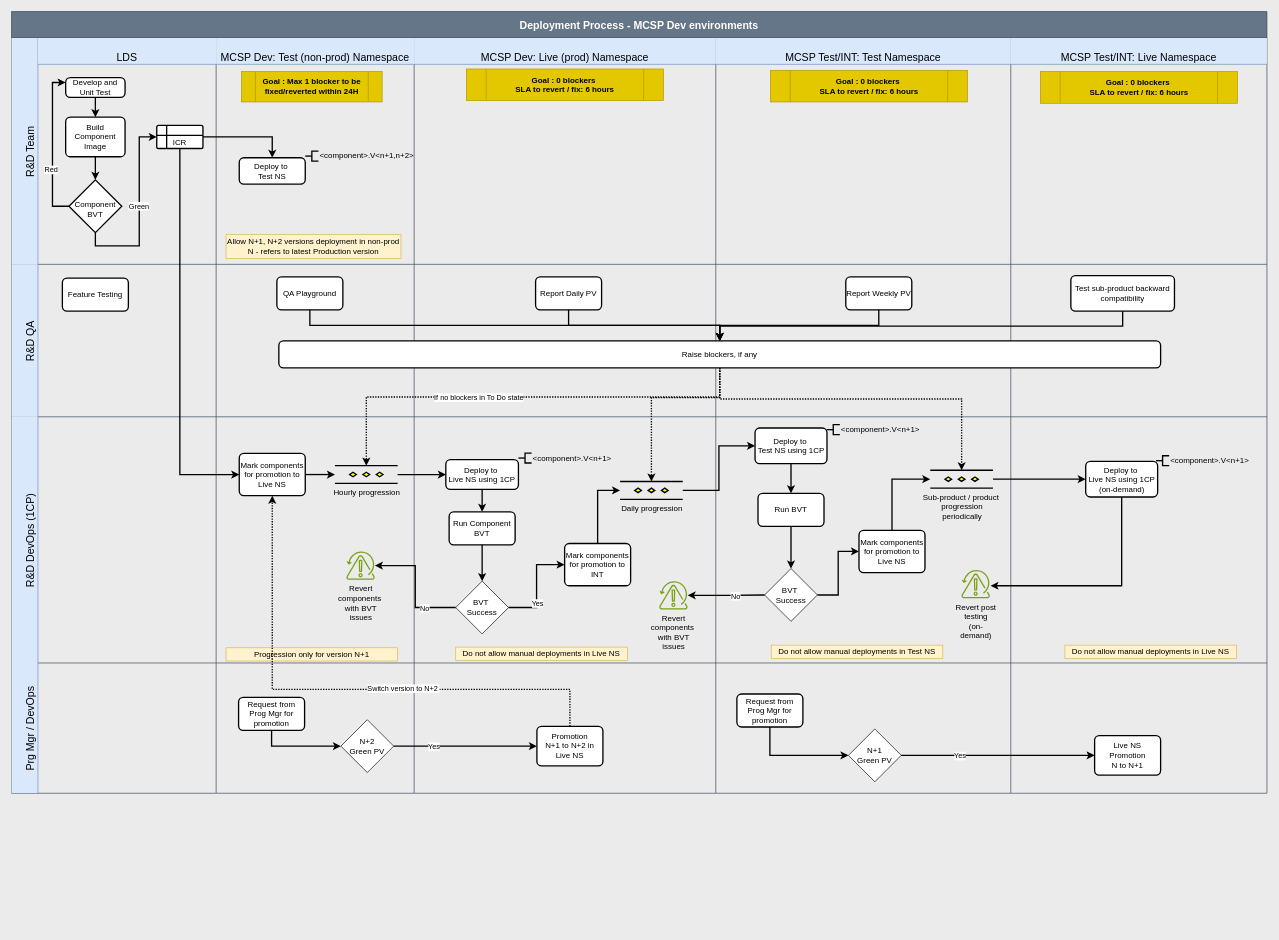
Above: page "Dev Env" (1 of 2) of Release process.drawio in prasad-gsk-IBM/myibmrepo-prasad (draw.io), before the change. Source tidied: cells renumbered, new cells numbered last; positions are measured from the earlier drawing's top-left corner, leaving out a move shared by most shapes. Both pictures are drawn from the tidied source at 66%, with x=0, y=0 at pixel (11, 11).
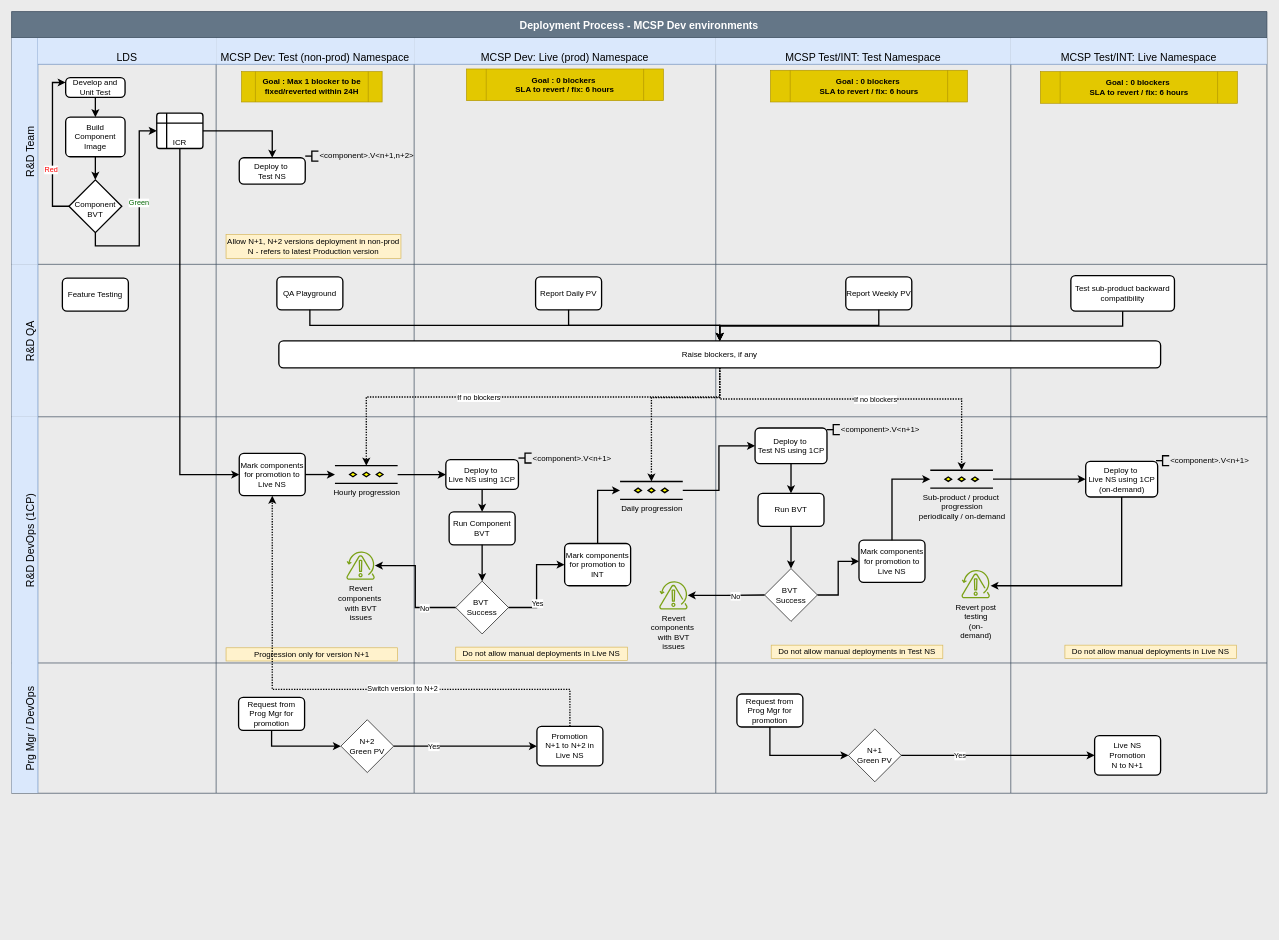
The same page after the edit.

The change refers to these unchanged cells:
```xml
<mxCell id="3" value="R&amp;D Team" style="shape=tableRow;horizontal=0;swimlaneHead=0;swimlaneBody=0;top=0;left=0;strokeColor=#6c8ebf;bottom=0;right=0;fontStyle=0;fillColor=#dae8fc;startSize=40;fontSize=16;flipV=0;flipH=0;verticalAlign=bottom;" parent="2" vertex="1">
  <mxGeometry y="40" width="1902.1" height="343" as="geometry" />
</mxCell>
<mxCell id="4" value="LDS" style="swimlane;swimlaneHead=0;swimlaneBody=0;fontStyle=0;strokeColor=#6c8ebf;fillColor=#dae8fc;startSize=40;fontSize=16;verticalAlign=bottom;" parent="3" vertex="1">
  <mxGeometry x="40" width="270" height="343" as="geometry" />
</mxCell>
<mxCell id="7" style="edgeStyle=orthogonalEdgeStyle;rounded=0;jettySize=auto;html=1;exitX=0.5;exitY=1;exitDx=0;exitDy=0;entryX=0;entryY=0.5;entryDx=0;entryDy=0;strokeWidth=2;" parent="4" edge="1" source="14" target="11">
  <mxGeometry relative="1" as="geometry" />
</mxCell>
<mxCell id="12" style="edgeStyle=orthogonalEdgeStyle;rounded=0;jettySize=auto;html=1;exitX=0;exitY=0.5;exitDx=0;exitDy=0;entryX=0;entryY=0.25;entryDx=0;entryDy=0;strokeWidth=2;" parent="4" edge="1" source="14" target="6">
  <mxGeometry relative="1" as="geometry" />
</mxCell>
<mxCell id="68" style="swimlane;swimlaneHead=0;swimlaneBody=0;fontStyle=0;strokeColor=#6c8ebf;fillColor=#dae8fc;startSize=0;fontSize=16;verticalAlign=bottom;" parent="43" vertex="1">
  <mxGeometry x="1067" width="447" height="373" as="geometry" />
</mxCell>
<mxCell id="114" style="edgeStyle=orthogonalEdgeStyle;rounded=0;jettySize=auto;html=1;exitX=0.5;exitY=1;exitDx=0;exitDy=0;entryX=0.5;entryY=0;entryDx=0;entryDy=0;strokeWidth=2;dashed=1;dashPattern=1 1;entryPerimeter=0;" parent="2" edge="1" source="37" target="48">
  <mxGeometry relative="1" as="geometry">
    <Array as="points">
      <mxPoint x="1073" y="584" />
      <mxPoint x="537" y="584" />
    </Array>
  </mxGeometry>
</mxCell>
<mxCell id="119" style="edgeStyle=orthogonalEdgeStyle;rounded=0;jettySize=auto;html=1;strokeWidth=2;dashed=1;dashPattern=1 1;exitX=0.5;exitY=1;exitDx=0;exitDy=0;entryX=0.5;entryY=0;entryDx=0;entryDy=0;entryPerimeter=0;" parent="2" edge="1" source="37" target="83">
  <mxGeometry relative="1" as="geometry">
    <Array as="points">
      <mxPoint x="1073" y="587" />
      <mxPoint x="1439" y="587" />
    </Array>
  </mxGeometry>
</mxCell>
```

Change to the diagram source:
```diff
@@
-    <mxCell id="8" value="Green" style="edgeLabel;html=1;align=center;verticalAlign=middle;" parent="7" vertex="1">
+    <mxCell id="8" value="&lt;font style=&quot;color: rgb(0, 102, 0);&quot;&gt;Green&lt;/font&gt;" style="edgeLabel;html=1;align=center;verticalAlign=middle;" parent="7" vertex="1">
       <mxGeometry x="0.06" y="1" relative="1" as="geometry" />
     </mxCell>
@@
     <mxCell id="11" value="ICR" style="shape=internalStorage;whiteSpace=wrap;html=1;dx=15;dy=15;rounded=1;arcSize=8;strokeWidth=2;verticalAlign=bottom;" parent="4" vertex="1">
-      <mxGeometry x="180" y="132.5" width="70" height="35" as="geometry" />
+      <mxGeometry x="180" y="114" width="70" height="53.5" as="geometry" />
     </mxCell>
@@
-    <mxCell id="13" value="Red" style="edgeLabel;html=1;align=center;verticalAlign=middle;" parent="12" vertex="1">
+    <mxCell id="13" value="&lt;font style=&quot;color: rgb(255, 0, 0);&quot;&gt;Red&lt;/font&gt;" style="edgeLabel;html=1;align=center;verticalAlign=middle;" parent="12" vertex="1">
       <mxGeometry x="-0.3" y="3" relative="1" as="geometry" />
     </mxCell>
@@
-    <mxCell id="20" value="MCSP Dev: Live (prod) Namespace" style="swimlane;swimlaneHead=0;swimlaneBody=0;fontStyle=0;strokeColor=#6c8ebf;fillColor=#dae8fc;startSize=40;fontSize=16;verticalAlign=bottom;" parent="3" vertex="1">
+    <mxCell id="20" value="MCSP Dev: Live (prod) Namespace" style="swimlane;swimlaneHead=0;swimlaneBody=0;fontStyle=0;strokeColor=#6c8ebf;fillColor=#dae8fc;startSize=40;fontSize=16;verticalAlign=bottom;glass=0;" parent="3" vertex="1">
       <mxGeometry x="610" width="457" height="343" as="geometry" />
     </mxCell>
@@
     <mxCell id="81" value="Mark components for promotion to Live NS" style="rounded=1;whiteSpace=wrap;html=1;absoluteArcSize=1;arcSize=14;strokeWidth=2;" parent="68" vertex="1">
-      <mxGeometry x="217" y="172" width="100" height="64" as="geometry" />
+      <mxGeometry x="217" y="187" width="100" height="64" as="geometry" />
     </mxCell>
@@
-    <mxCell id="83" value="Sub-product / product&amp;nbsp;&lt;div&gt;progression&lt;/div&gt;&lt;div&gt;periodically&lt;/div&gt;" style="verticalLabelPosition=bottom;verticalAlign=top;html=1;shape=mxgraph.flowchart.parallel_mode;strokeWidth=2;" parent="68" vertex="1">
+    <mxCell id="83" value="Sub-product / product&amp;nbsp;&lt;div&gt;progression&lt;/div&gt;&lt;div&gt;periodically / on-demand&lt;/div&gt;" style="verticalLabelPosition=bottom;verticalAlign=top;html=1;shape=mxgraph.flowchart.parallel_mode;strokeWidth=2;" parent="68" vertex="1">
       <mxGeometry x="325" y="81" width="95" height="27" as="geometry" />
     </mxCell>
@@
-    <mxCell id="115" value="If no blockers in To Do state" style="edgeLabel;html=1;align=center;verticalAlign=middle;" parent="114" vertex="1">
+    <mxCell id="115" value="If no blockers" style="edgeLabel;html=1;align=center;verticalAlign=middle;" parent="114" vertex="1">
       <mxGeometry x="0.2" relative="1" as="geometry" />
     </mxCell>
@@
+    <mxCell id="120" value="If no blockers" style="edgeLabel;html=1;align=center;verticalAlign=middle;" parent="119" vertex="1">
+      <mxGeometry x="0.08" relative="1" as="geometry" />
+    </mxCell>
```
